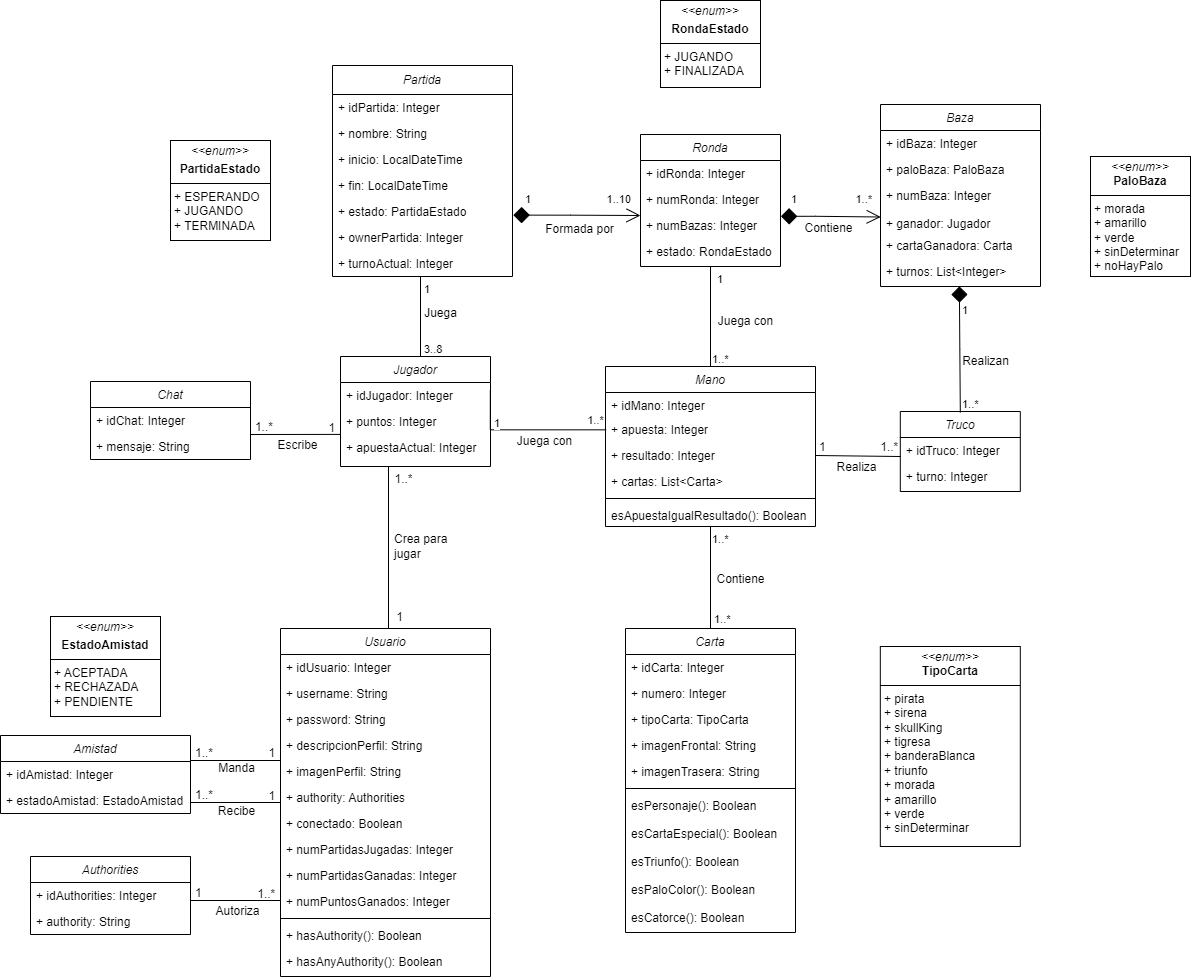
This is docs/diagrams/Diagrama_de_dominio_UML.png from Cristinafernandezchica/skullking, a draw.io export, as it was before one commit. Source tidied: cells renumbered, new cells last; positions are measured from the earlier drawing's top-left corner, leaving out a move shared by most shapes.
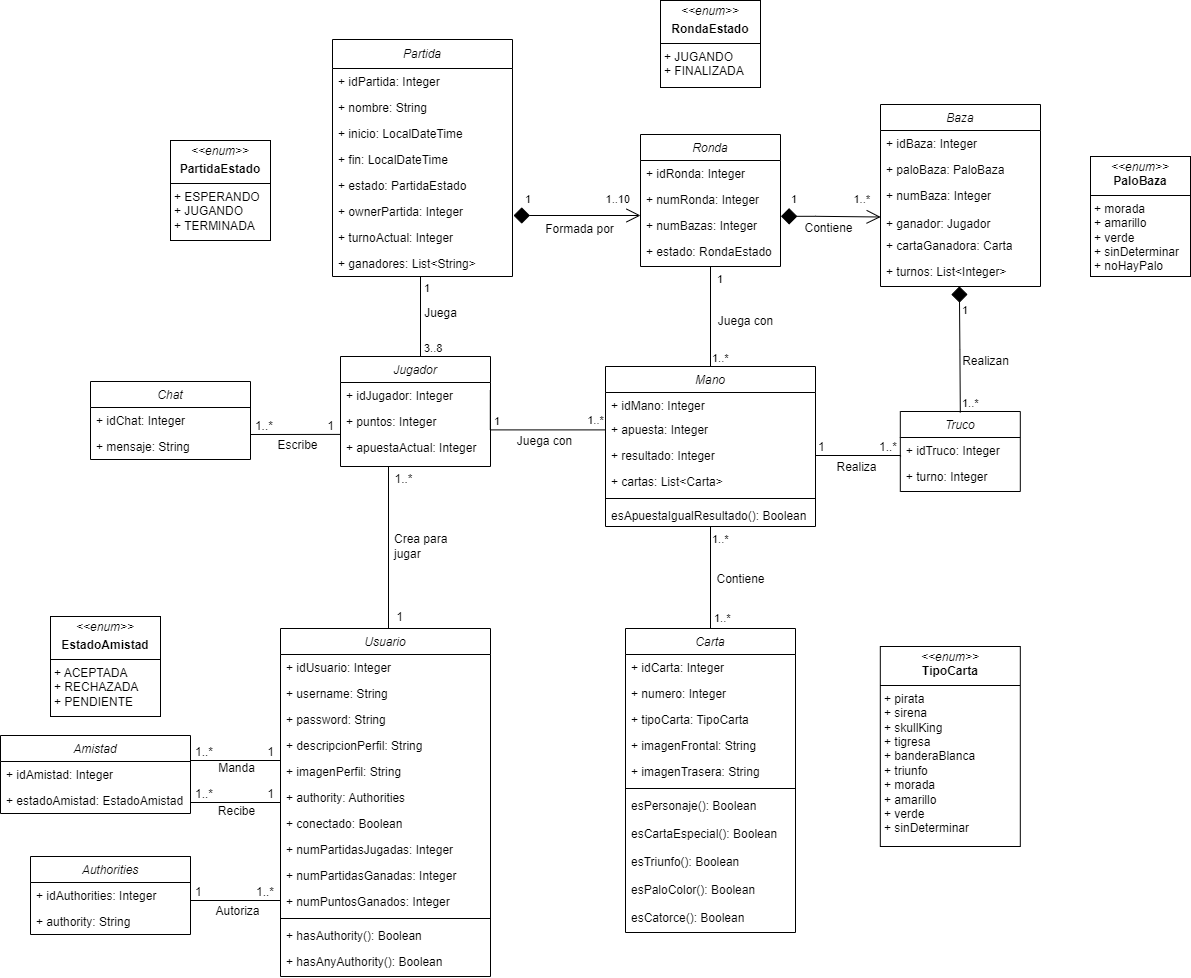
Above is the later version.

Commit message:
Diagrama de dominio actualizado

Diff of the diagram source:
```diff
@@ -3,7 +3,7 @@
     <mxCell id="0" />
     <mxCell id="1" parent="0" />
     <mxCell id="2" value="Partida" style="swimlane;fontStyle=2;align=center;verticalAlign=top;horizontal=1;startSize=29;rounded=0;shadow=0;strokeWidth=1;spacingBottom=3;spacingTop=1;" parent="1" vertex="1">
-      <mxGeometry x="332" y="65" width="180" height="211" as="geometry" />
+      <mxGeometry x="332" y="39" width="180" height="237" as="geometry" />
     </mxCell>
     <mxCell id="3" value="+ idPartida: Integer" style="text;align=left;verticalAlign=top;spacingLeft=4;spacingRight=4;overflow=hidden;" parent="2" vertex="1">
       <mxGeometry y="29" width="180" height="26" as="geometry" />
@@ -26,6 +26,9 @@
     <mxCell id="9" value="+ turnoActual: Integer" style="text;align=left;verticalAlign=top;spacingLeft=4;spacingRight=4;overflow=hidden;rounded=0;shadow=0;html=0;fontStyle=0;" parent="2" vertex="1">
       <mxGeometry y="185" width="180" height="26" as="geometry" />
     </mxCell>
+    <mxCell id="125" value="+ ganadores: List&lt;String&gt;" style="text;align=left;verticalAlign=top;spacingLeft=4;spacingRight=4;overflow=hidden;rounded=0;shadow=0;html=0;" parent="2" vertex="1">
+      <mxGeometry y="211" width="180" height="26" as="geometry" />
+    </mxCell>
     <mxCell id="10" style="edgeStyle=orthogonalEdgeStyle;rounded=0;jettySize=auto;html=1;entryX=0.75;entryY=0;entryDx=0;entryDy=0;endArrow=none;endFill=0;" parent="1" edge="1" target="68">
       <mxGeometry relative="1" as="geometry">
         <mxPoint x="388" y="466" as="sourcePoint" />
@@ -81,11 +84,12 @@
         <mxPoint x="1" y="125" as="offset" />
       </mxGeometry>
     </mxCell>
-    <mxCell id="25" style="endArrow=open;html=1;endSize=12;startArrow=diamond;startSize=14;startFill=1;edgeStyle=orthogonalEdgeStyle;rounded=0;entryX=0;entryY=0.5;entryDx=0;entryDy=0;exitX=1.005;exitY=0.639;exitDx=0;exitDy=0;exitPerimeter=0;" parent="1" edge="1" source="7">
+    <mxCell id="25" style="endArrow=open;html=1;endSize=12;startArrow=diamond;startSize=14;startFill=1;edgeStyle=orthogonalEdgeStyle;rounded=0;entryX=0;entryY=0.5;entryDx=0;entryDy=0;" parent="1" edge="1">
       <mxGeometry relative="1" as="geometry">
+        <mxPoint x="513" y="215" as="sourcePoint" />
         <mxPoint x="640" y="215" as="targetPoint" />
         <Array as="points">
-          <mxPoint x="570" y="215" />
+          <mxPoint x="513" y="215" />
         </Array>
       </mxGeometry>
     </mxCell>
```
